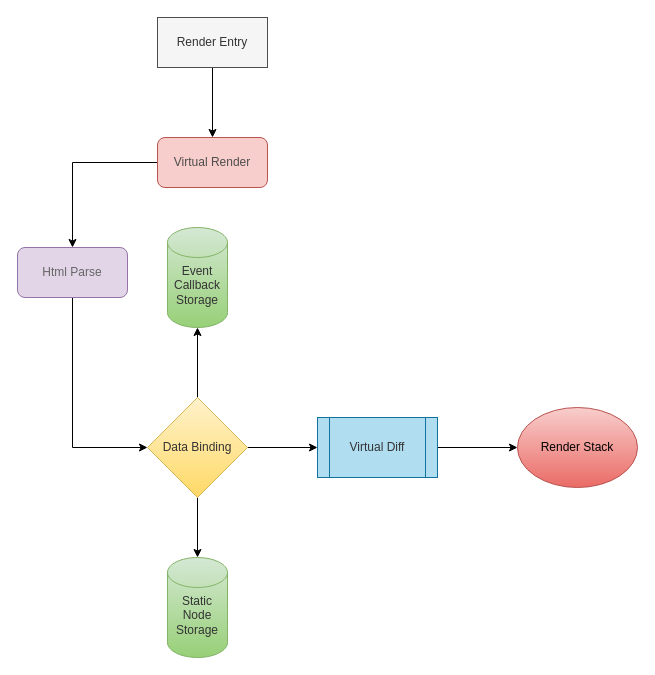
Above: flow/render.drawio in qq250933400/elmer-ui-core (draw.io), before the change. Source tidied: cells renumbered, new cells numbered last; positions are measured from the earlier drawing's top-left corner, leaving out a move shared by most shapes. Both pictures are drawn from the tidied source at 100%, with x=0, y=0 at pixel (17, 17).
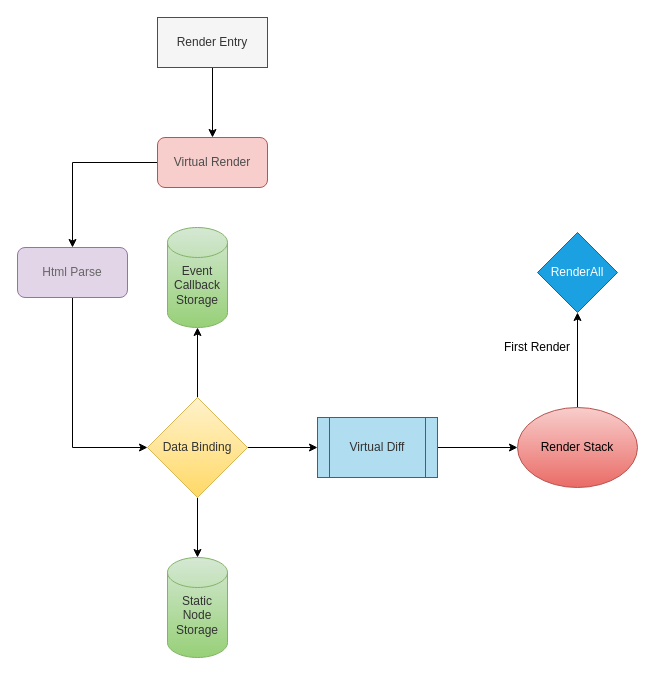
The same diagram, later.

Unchanged cells that the change refers to:
```xml
<mxCell id="16" value="Render Stack" style="ellipse;whiteSpace=wrap;html=1;strokeColor=#b85450;fillColor=#f8cecc;gradientColor=#ea6b66;align=center;" parent="1" vertex="1">
  <mxGeometry x="500" y="390" width="120" height="80" as="geometry" />
</mxCell>
```

Change to the diagram source:
```diff
@@
+    <mxCell id="17" style="edgeStyle=orthogonalEdgeStyle;rounded=0;jettySize=auto;html=1;entryX=0.5;entryY=1;entryDx=0;entryDy=0;" parent="1" edge="1" source="16" target="18">
+      <mxGeometry relative="1" as="geometry" />
+    </mxCell>
@@
+    <mxCell id="18" value="RenderAll" style="rhombus;whiteSpace=wrap;html=1;fillColor=#1ba1e2;strokeColor=#006EAF;fontColor=#ffffff;" parent="1" vertex="1">
+      <mxGeometry x="520" y="215" width="80" height="80" as="geometry" />
+    </mxCell>
+    <mxCell id="19" value="First Render" style="text;html=1;strokeColor=none;fillColor=none;align=center;verticalAlign=middle;whiteSpace=wrap;rounded=0;" parent="1" vertex="1">
+      <mxGeometry x="480" y="320" width="80" height="20" as="geometry" />
+    </mxCell>
```
